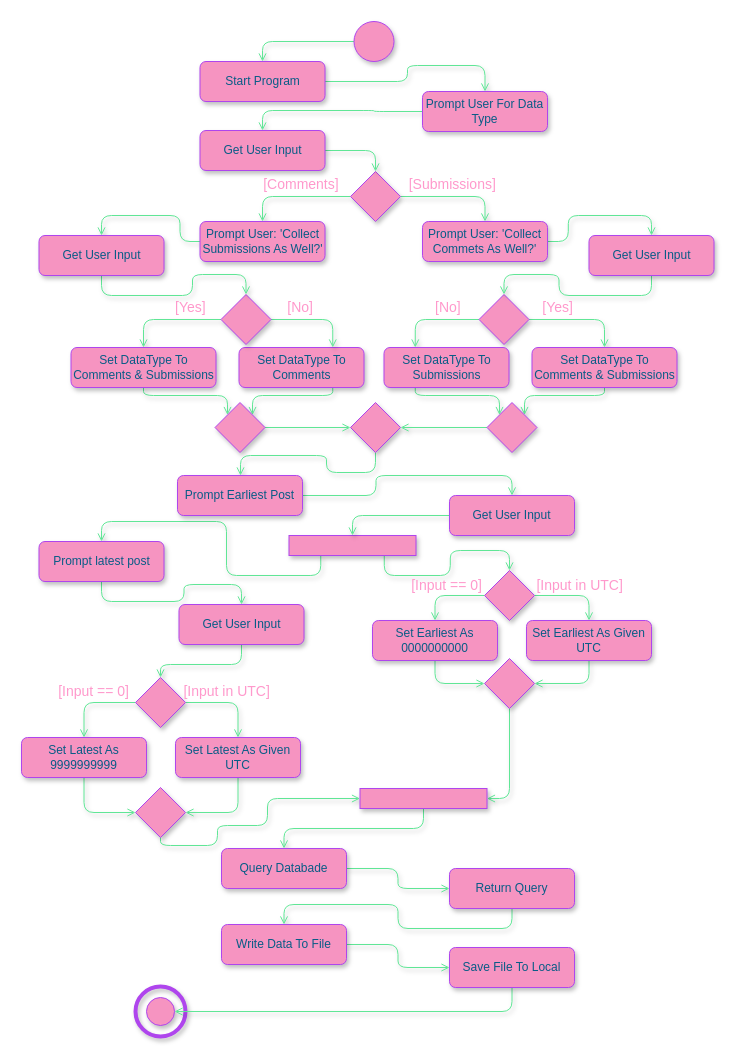
casonk/university-coursework keeps this draw.io diagram as page "PushShift" (6 of 9) of CSC382-Software_Engineering/HW/HW3/3.drawio. Above is the earlier version. Source tidied: cells renumbered, new cells numbered last; positions are measured from the earlier drawing's top-left corner, leaving out a move shared by most shapes. Both pictures are drawn from the tidied source at 100%, with x=0, y=0 at pixel (21, 21).
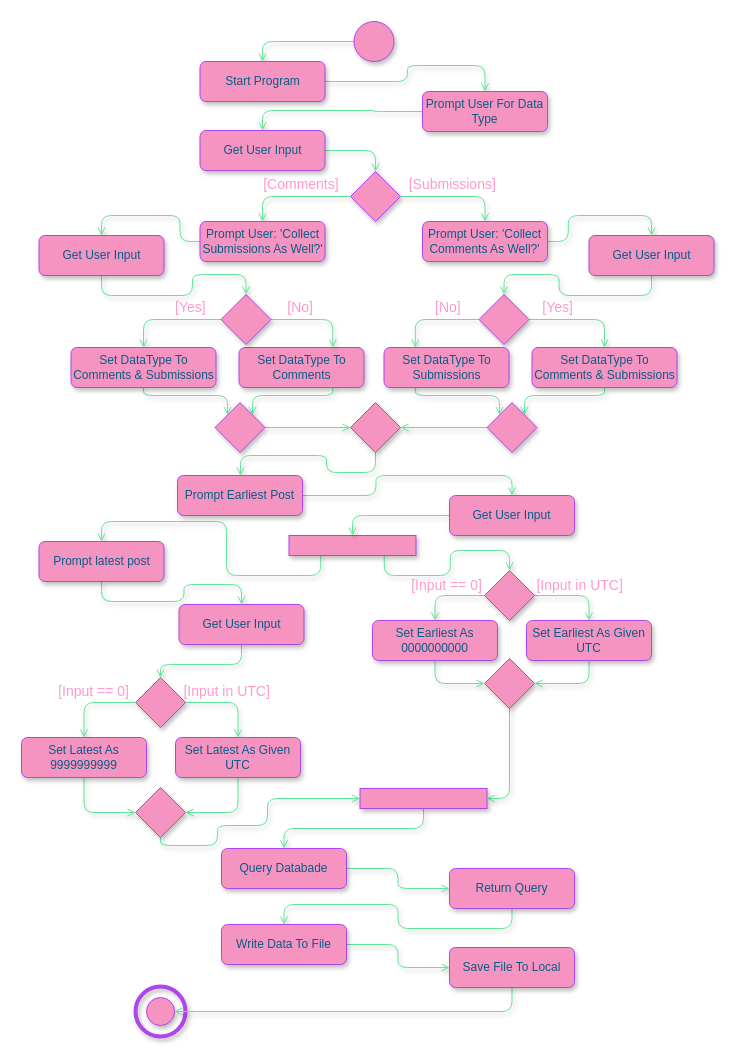
After the change.

The edit, as a diff of the source:
```diff
@@
-    <mxCell id="14" value="&lt;span&gt;Prompt User: 'Collect Commets As Well?'&lt;/span&gt;" style="rounded=1;whiteSpace=wrap;html=1;sketch=0;fontColor=#095C86;strokeColor=#AF45ED;fillColor=#F694C1;shadow=1;" parent="1" vertex="1">
+    <mxCell id="14" value="&lt;span&gt;Prompt User: 'Collect Comments As Well?'&lt;/span&gt;" style="rounded=1;whiteSpace=wrap;html=1;sketch=0;fontColor=#095C86;strokeColor=#AF45ED;fillColor=#F694C1;shadow=1;" parent="1" vertex="1">
       <mxGeometry x="401" y="200" width="125" height="40" as="geometry" />
     </mxCell>
```
